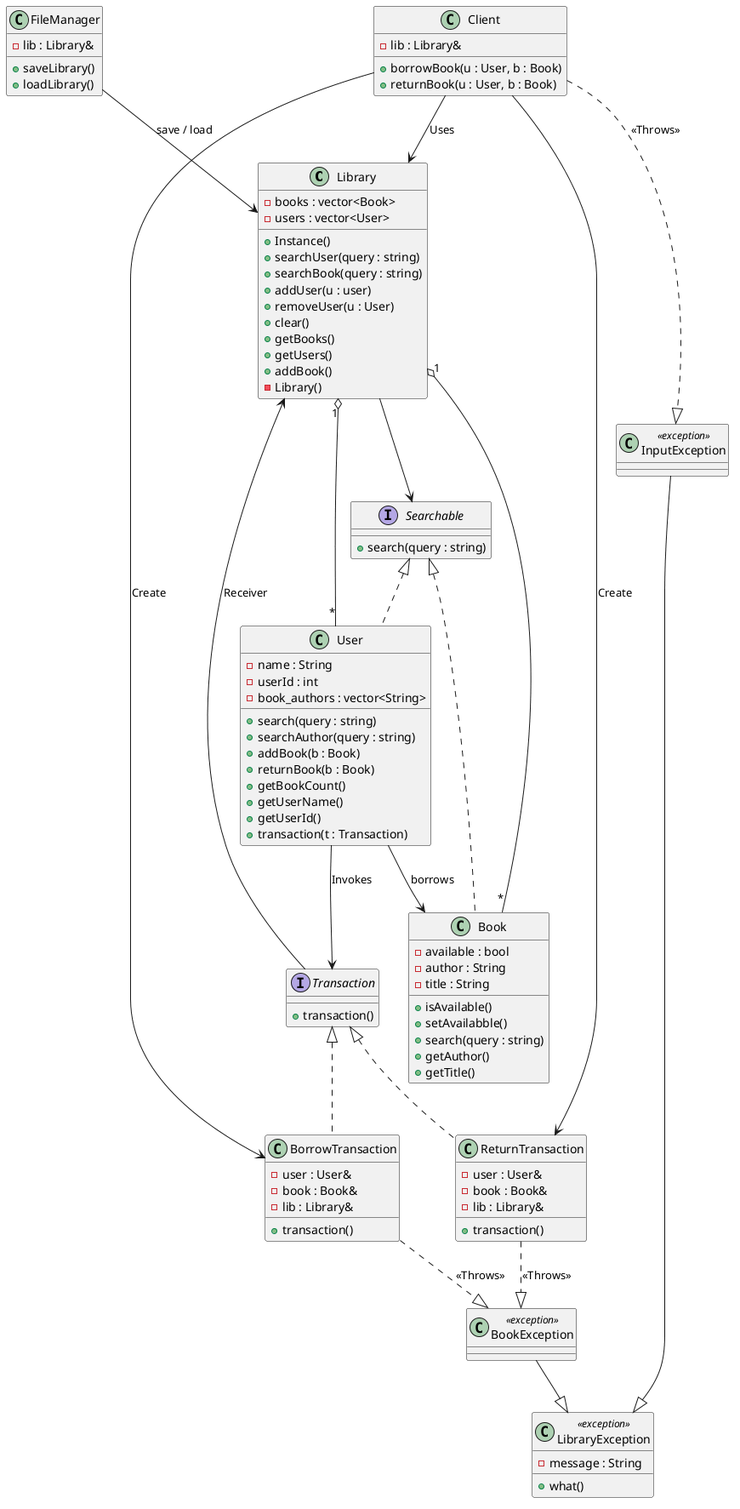
Above: library.png in Vincent-Pierce/Adaptive-Library-Management-System (PlantUML), before the change.
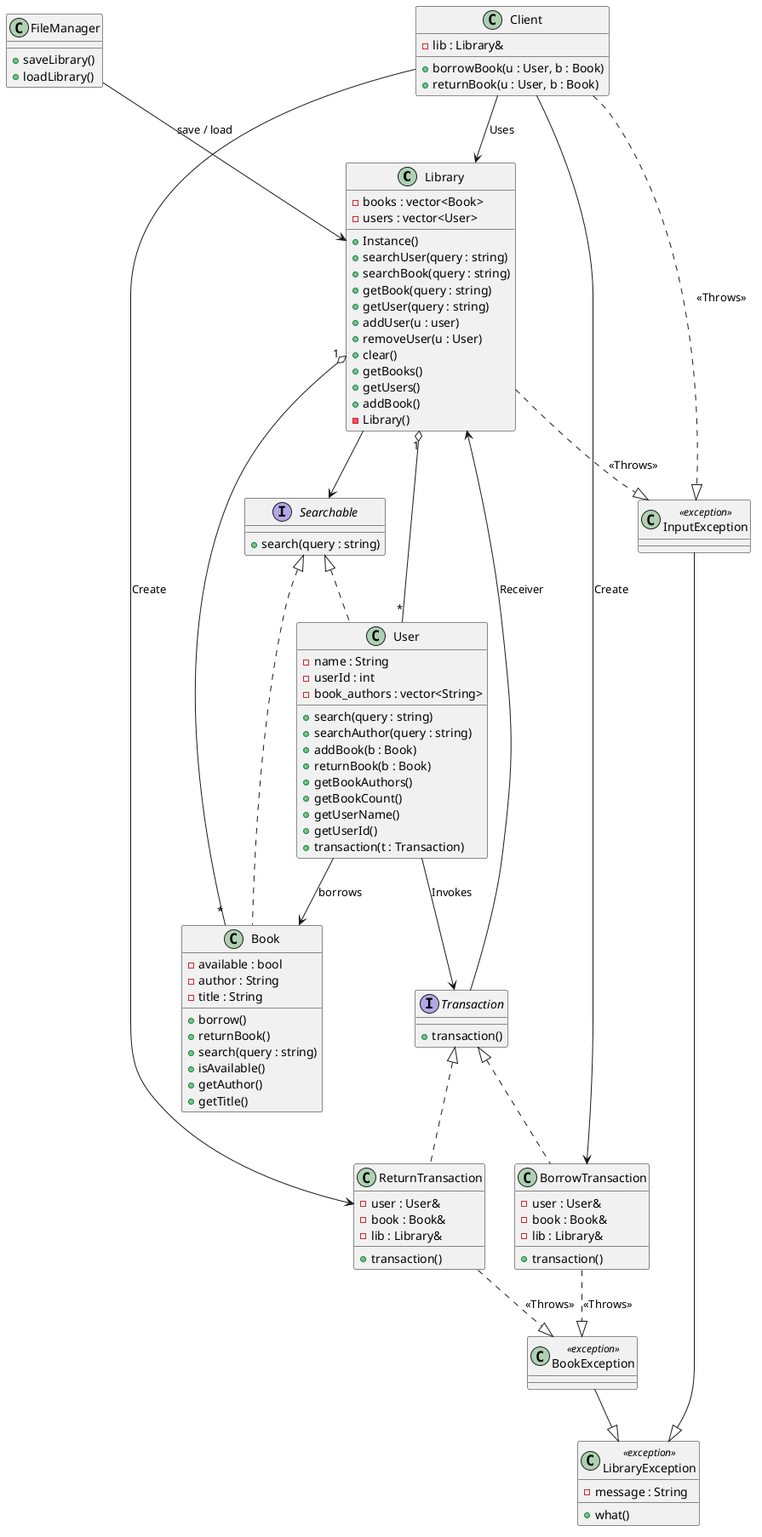
The same file after the commit.

Commit message:
fix copies in library bug

The edit, as a diff of the source:
```diff
@@ -7,6 +7,8 @@
     + Instance()
     + searchUser(query : string)
     + searchBook(query : string)
+    + getBook(query : string)
+    + getUser(query : string)
     + addUser(u : user)
     + removeUser(u : User)
     + clear()
@@ -26,9 +28,10 @@
     - author : String
     - title : String
 
+    + borrow()
+    + returnBook()
+    + search(query : string)
     + isAvailable()
-    + setAvailabble()
-    + search(query : string)
     + getAuthor()
     + getTitle()
 }
@@ -42,6 +45,7 @@
     + searchAuthor(query : string)
     + addBook(b : Book)
     + returnBook(b : Book)
+    + getBookAuthors()
     + getBookCount()
     + getUserName()
     + getUserId()
@@ -91,8 +95,6 @@
 }
 
 class FileManager {
-    - lib : Library&
-
     + saveLibrary()
     + loadLibrary()
 }
@@ -120,5 +122,5 @@
 Client ..|> InputException : <<Throws>>
 ReturnTransaction ..|> BookException : <<Throws>>
 BorrowTransaction ..|> BookException : <<Throws>>
-
+Library ..|> InputException : <<Throws>>
 @enduml
```
